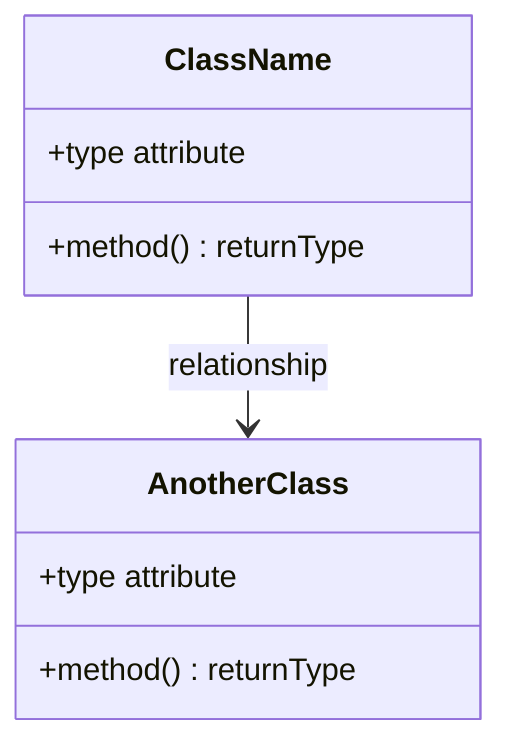
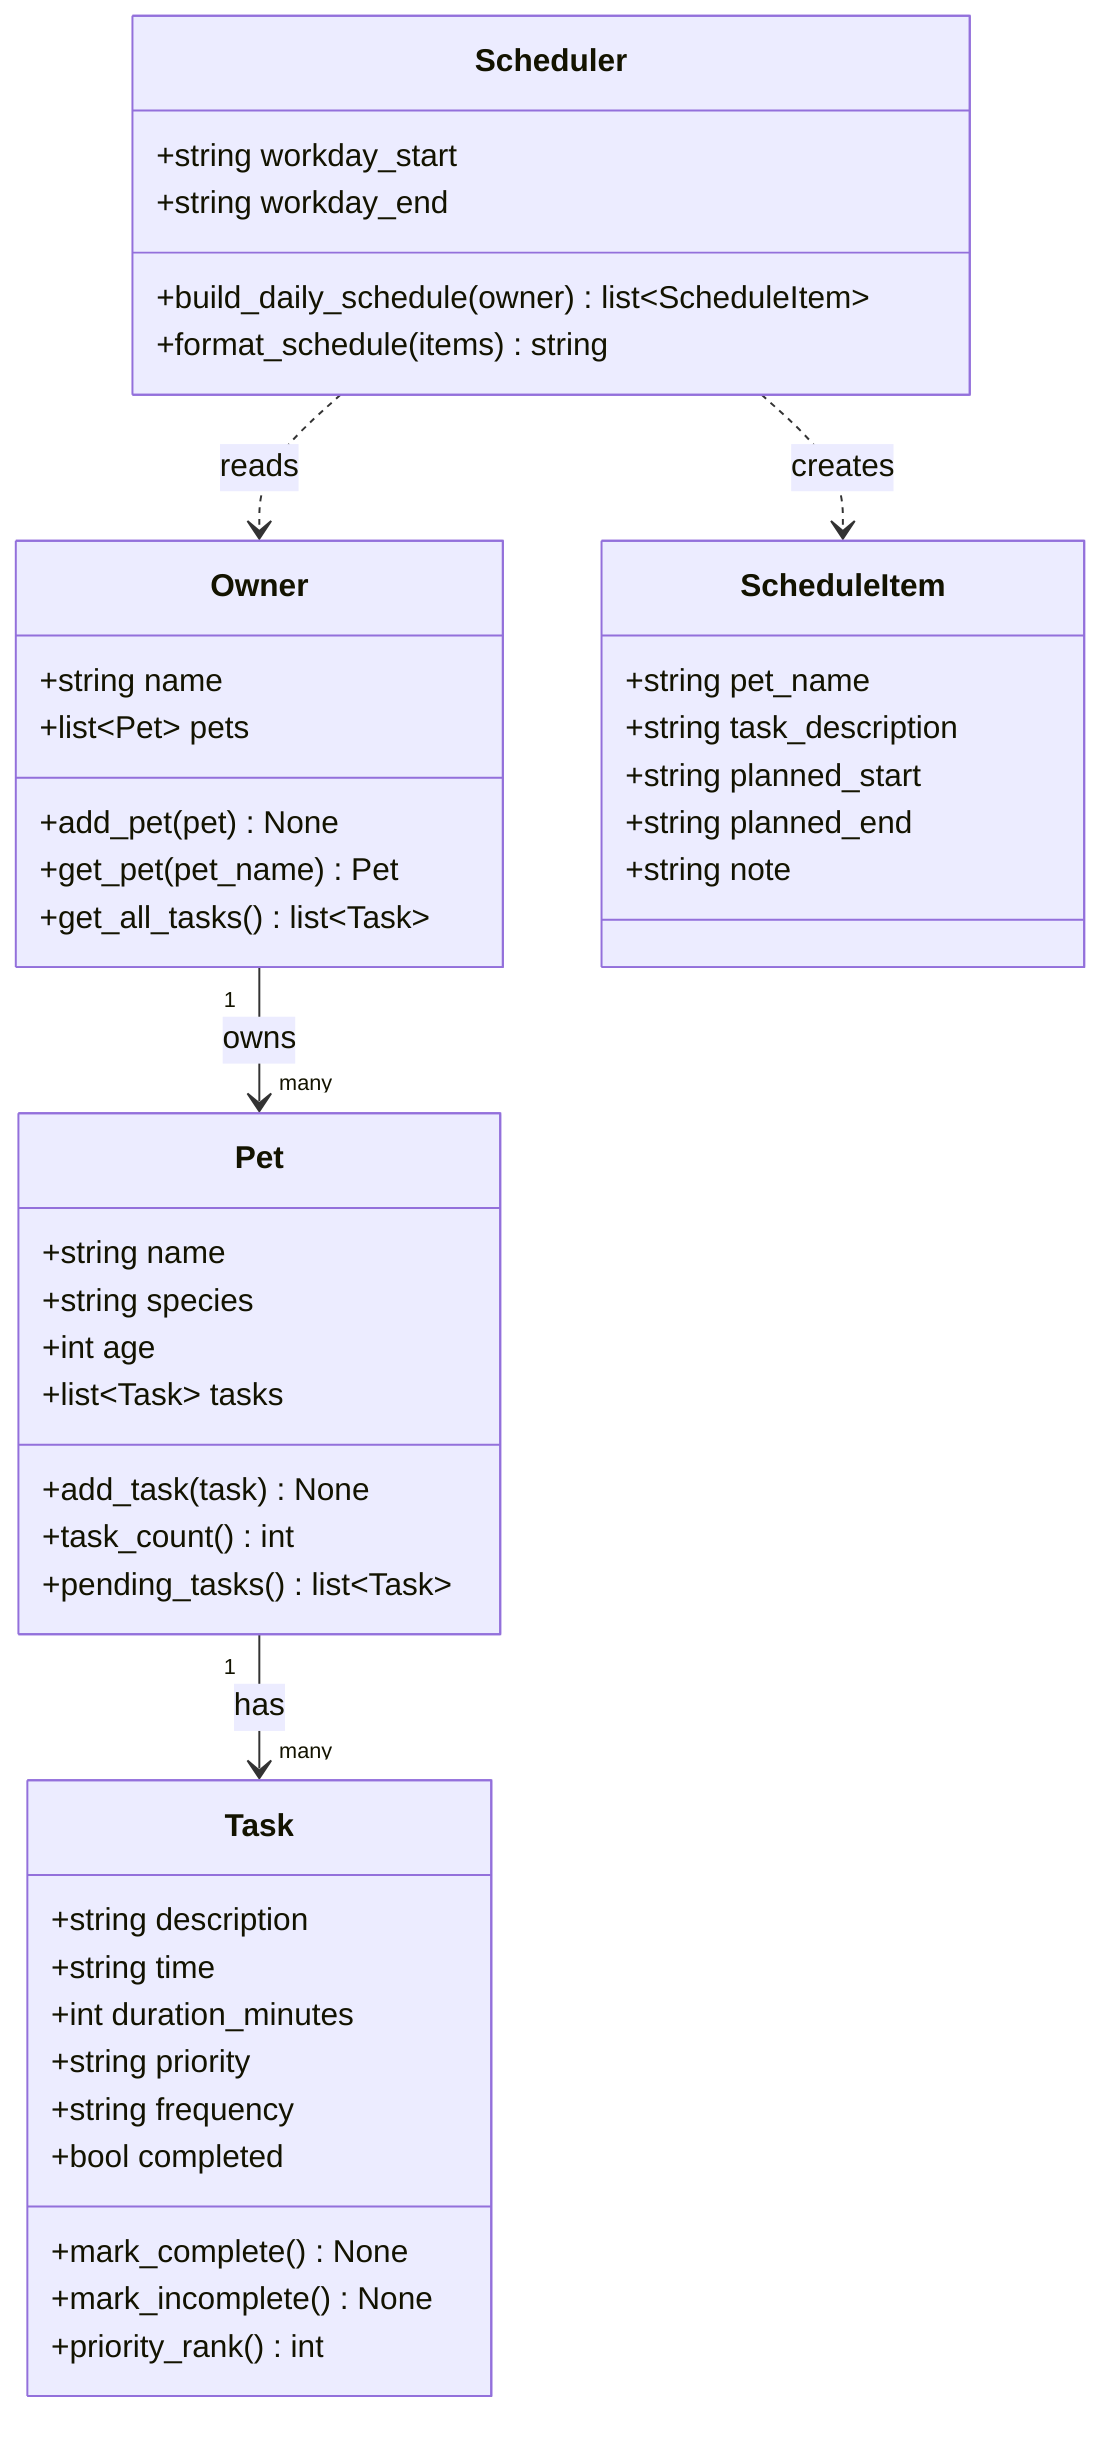
classDiagram
-     %% Replace the placeholders below with your actual classes, attributes, methods, and relationships.
-     %% Keep this file updated so it matches your final implementation.
- 
-     class ClassName {
-         +type attribute
-         +method() returnType
+     class Task {
+         +string description
+         +string time
+         +int duration_minutes
+         +string priority
+         +string frequency
+         +bool completed
+         +mark_complete() None
+         +mark_incomplete() None
+         +priority_rank() int
    }

-     class AnotherClass {
-         +type attribute
-         +method() returnType
+     class Pet {
+         +string name
+         +string species
+         +int age
+         +list~Task~ tasks
+         +add_task(task) None
+         +task_count() int
+         +pending_tasks() list~Task~
    }

-     ClassName --> AnotherClass : relationship
+     class Owner {
+         +string name
+         +list~Pet~ pets
+         +add_pet(pet) None
+         +get_pet(pet_name) Pet
+         +get_all_tasks() list~Task~
+     }
+ 
+     class Scheduler {
+         +string workday_start
+         +string workday_end
+         +build_daily_schedule(owner) list~ScheduleItem~
+         +format_schedule(items) string
+     }
+ 
+     class ScheduleItem {
+         +string pet_name
+         +string task_description
+         +string planned_start
+         +string planned_end
+         +string note
+     }
+ 
+     Owner "1" --> "many" Pet : owns
+     Pet "1" --> "many" Task : has
+     Scheduler ..> Owner : reads
+     Scheduler ..> ScheduleItem : creates
